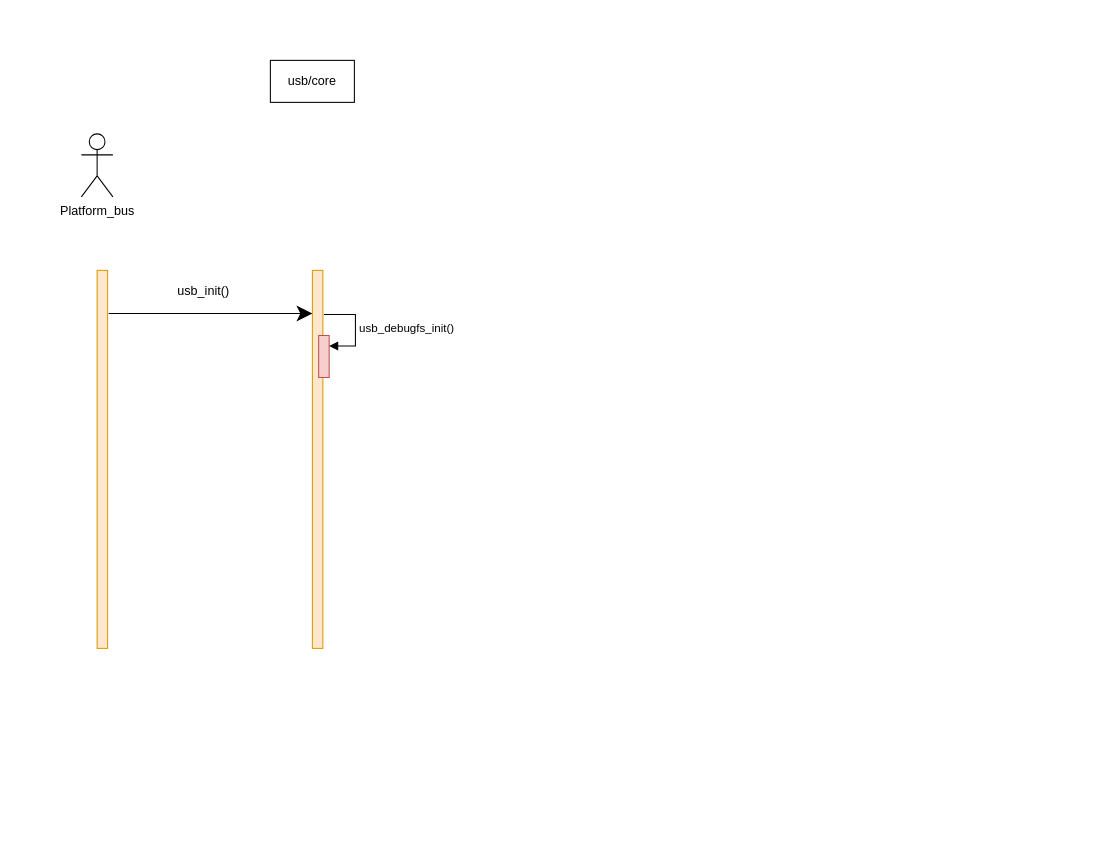
Before: Linux USB 子系统.drawio in Vinson-001/Blog-flow-chart, a draw.io diagram. Source tidied: cells renumbered, new cells numbered last; positions are measured from the earlier drawing's top-left corner, leaving out a move shared by most shapes. Both pictures are drawn from the tidied source at 105%, with x=0, y=0 at pixel (81, 60).
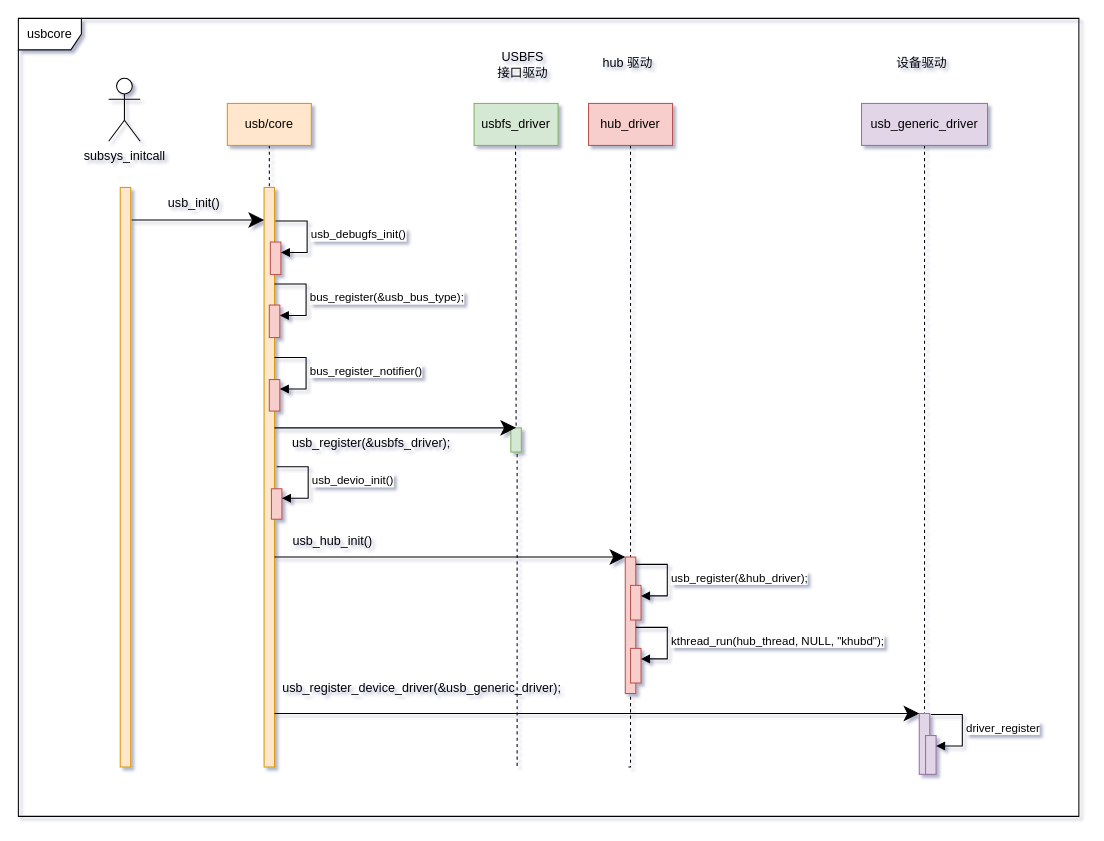
The same diagram, later.

Commit message:
更新Linux USB 子系统.drawio

What changed in the source:
```diff
@@
-<mxGraphModel>
+<mxGraphModel shadow="1">
@@
+    <mxCell id="10" style="group;" parent="1" vertex="1">
+      <mxGeometry x="26" y="17" width="837" height="663" as="geometry" />
+    </mxCell>
+    <mxCell id="11" style="edgeStyle=orthogonalEdgeStyle;rounded=0;jettySize=auto;html=1;exitX=0.5;exitY=1;exitDx=0;exitDy=0;dashed=1;endArrow=none;endFill=0;" parent="10" edge="1" source="2">
+      <mxGeometry relative="1" as="geometry">
+        <mxPoint x="153" y="103" as="targetPoint" />
+      </mxGeometry>
+    </mxCell>
-    <mxCell id="2" value="usb/core" style="rounded=0;whiteSpace=wrap;html=1;" parent="1" vertex="1">
-      <mxGeometry x="180" width="80" height="40" as="geometry" />
+    <mxCell id="2" value="usb/core" style="rounded=0;whiteSpace=wrap;html=1;fillColor=#ffe6cc;strokeColor=#d79b00;" parent="10" vertex="1">
+      <mxGeometry x="113" y="24" width="80" height="40" as="geometry" />
     </mxCell>
-    <mxCell id="3" value="Platform_bus" style="shape=umlActor;verticalLabelPosition=bottom;verticalAlign=top;html=1;" parent="1" vertex="1">
-      <mxGeometry y="70" width="30" height="60" as="geometry" />
+    <mxCell id="3" value="subsys_initcall" style="shape=umlActor;verticalLabelPosition=bottom;verticalAlign=top;html=1;" parent="10" vertex="1">
+      <mxGeometry width="30" height="60" as="geometry" />
     </mxCell>
-    <mxCell id="4" style="html=1;perimeter=orthogonalPerimeter;targetShapes=umlLifeline;newEdgeStyle={&quot;curved&quot;:0,&quot;rounded&quot;:0};fillColor=#ffe6cc;strokeColor=#d79b00;" parent="1" vertex="1">
-      <mxGeometry x="15" y="200" width="10" height="360" as="geometry" />
+    <mxCell id="4" style="html=1;perimeter=orthogonalPerimeter;targetShapes=umlLifeline;newEdgeStyle={&quot;curved&quot;:0,&quot;rounded&quot;:0};fillColor=#ffe6cc;strokeColor=#d79b00;" parent="10" vertex="1">
+      <mxGeometry x="11" y="104" width="10" height="552" as="geometry" />
     </mxCell>
-    <mxCell id="5" style="html=1;points=[[0,0,0,0,5],[0,1,0,0,-5],[1,0,0,0,5],[1,1,0,0,-5]];perimeter=orthogonalPerimeter;outlineConnect=0;targetShapes=umlLifeline;portConstraint=eastwest;newEdgeStyle={&quot;curved&quot;:0,&quot;rounded&quot;:0};fillColor=#ffe6cc;strokeColor=#d79b00;" parent="1" vertex="1">
-      <mxGeometry x="220" y="200" width="10" height="360" as="geometry" />
+    <mxCell id="5" style="html=1;points=[[0,0,0,0,5],[0,1,0,0,-5],[1,0,0,0,5],[1,1,0,0,-5]];perimeter=orthogonalPerimeter;outlineConnect=0;targetShapes=umlLifeline;portConstraint=eastwest;newEdgeStyle={&quot;curved&quot;:0,&quot;rounded&quot;:0};fillColor=#ffe6cc;strokeColor=#d79b00;" parent="10" vertex="1">
+      <mxGeometry x="148" y="104" width="10" height="552" as="geometry" />
     </mxCell>
-    <mxCell id="6" style="endArrow=classic;endFill=1;endSize=12;html=1;rounded=0;" parent="1" edge="1" target="5">
+    <mxCell id="6" style="endArrow=classic;endFill=1;endSize=12;html=1;rounded=0;" parent="10" edge="1" target="5">
       <mxGeometry relative="1" as="geometry">
-        <mxPoint x="26" y="241" as="sourcePoint" />
+        <mxPoint x="22" y="135" as="sourcePoint" />
       </mxGeometry>
     </mxCell>
-    <mxCell id="7" value="usb_init()" style="text;html=1;align=center;verticalAlign=middle;strokeColor=none;fillColor=none;" parent="1" vertex="1">
-      <mxGeometry x="81" y="205" width="70" height="30" as="geometry" />
+    <mxCell id="7" value="usb_init()" style="text;html=1;align=center;verticalAlign=middle;strokeColor=none;fillColor=none;" parent="10" vertex="1">
+      <mxGeometry x="46" y="104" width="70" height="30" as="geometry" />
     </mxCell>
-    <mxCell id="8" style="html=1;points=[[0,0,0,0,5],[0,1,0,0,-5],[1,0,0,0,5],[1,1,0,0,-5]];perimeter=orthogonalPerimeter;outlineConnect=0;targetShapes=umlLifeline;portConstraint=eastwest;newEdgeStyle={&quot;curved&quot;:0,&quot;rounded&quot;:0};fillColor=#f8cecc;strokeColor=#b85450;" parent="1" vertex="1">
-      <mxGeometry x="226" y="262" width="10" height="40" as="geometry" />
+    <mxCell id="8" style="html=1;points=[[0,0,0,0,5],[0,1,0,0,-5],[1,0,0,0,5],[1,1,0,0,-5]];perimeter=orthogonalPerimeter;outlineConnect=0;targetShapes=umlLifeline;portConstraint=eastwest;newEdgeStyle={&quot;curved&quot;:0,&quot;rounded&quot;:0};fillColor=#f8cecc;strokeColor=#b85450;" parent="10" vertex="1">
+      <mxGeometry x="154" y="156" width="10" height="31" as="geometry" />
     </mxCell>
-    <mxCell id="9" value="usb_debugfs_init()" style="html=1;align=left;spacingLeft=2;endArrow=block;rounded=0;edgeStyle=orthogonalEdgeStyle;curved=0;rounded=0;" parent="1" edge="1" target="8">
+    <mxCell id="9" value="usb_debugfs_init()" style="html=1;align=left;spacingLeft=2;endArrow=block;rounded=0;edgeStyle=orthogonalEdgeStyle;curved=0;rounded=0;" parent="10" edge="1" target="8">
       <mxGeometry relative="1" as="geometry">
-        <mxPoint x="231" y="242" as="sourcePoint" />
+        <mxPoint x="159" y="136" as="sourcePoint" />
         <Array as="points">
-          <mxPoint x="261" y="272" />
+          <mxPoint x="189" y="166" />
         </Array>
       </mxGeometry>
     </mxCell>
+    <mxCell id="12" style="html=1;points=[[0,0,0,0,5],[0,1,0,0,-5],[1,0,0,0,5],[1,1,0,0,-5]];perimeter=orthogonalPerimeter;outlineConnect=0;targetShapes=umlLifeline;portConstraint=eastwest;newEdgeStyle={&quot;curved&quot;:0,&quot;rounded&quot;:0};fillColor=#f8cecc;strokeColor=#b85450;" parent="10" vertex="1">
+      <mxGeometry x="153" y="216" width="10" height="31" as="geometry" />
+    </mxCell>
+    <mxCell id="13" value="bus_register(&amp;amp;usb_bus_type);" style="html=1;align=left;spacingLeft=2;endArrow=block;rounded=0;edgeStyle=orthogonalEdgeStyle;curved=0;rounded=0;" parent="10" edge="1" target="12">
+      <mxGeometry relative="1" as="geometry">
+        <mxPoint x="158" y="196" as="sourcePoint" />
+        <Array as="points">
+          <mxPoint x="188" y="226" />
+        </Array>
+      </mxGeometry>
+    </mxCell>
+    <mxCell id="14" style="html=1;perimeter=orthogonalPerimeter;targetShapes=umlLifeline;newEdgeStyle={&quot;curved&quot;:0,&quot;rounded&quot;:0};fillColor=#f8cecc;strokeColor=#b85450;" parent="10" vertex="1">
+      <mxGeometry x="153" y="287" width="10" height="30" as="geometry" />
+    </mxCell>
+    <mxCell id="15" value="bus_register_notifier()" style="html=1;align=left;spacingLeft=2;endArrow=block;rounded=0;edgeStyle=orthogonalEdgeStyle;curved=0;rounded=0;" parent="10" edge="1">
+      <mxGeometry relative="1" as="geometry">
+        <mxPoint x="158" y="266" as="sourcePoint" />
+        <mxPoint x="163" y="296" as="targetPoint" />
+        <Array as="points">
+          <mxPoint x="188" y="296" />
+        </Array>
+      </mxGeometry>
+    </mxCell>
+    <mxCell id="16" style="html=1;perimeter=orthogonalPerimeter;targetShapes=umlLifeline;newEdgeStyle={&quot;curved&quot;:0,&quot;rounded&quot;:0};fillColor=#f8cecc;strokeColor=#b85450;" parent="10" vertex="1">
+      <mxGeometry x="155" y="391" width="10" height="29" as="geometry" />
+    </mxCell>
+    <mxCell id="17" value="usb_devio_init()" style="html=1;align=left;spacingLeft=2;endArrow=block;rounded=0;edgeStyle=orthogonalEdgeStyle;curved=0;rounded=0;" parent="10" edge="1">
+      <mxGeometry relative="1" as="geometry">
+        <mxPoint x="160" y="370" as="sourcePoint" />
+        <mxPoint x="165" y="400" as="targetPoint" />
+        <Array as="points">
+          <mxPoint x="190" y="400" />
+        </Array>
+      </mxGeometry>
+    </mxCell>
+    <mxCell id="18" style="edgeStyle=orthogonalEdgeStyle;rounded=0;jettySize=auto;html=1;exitX=0.5;exitY=1;exitDx=0;exitDy=0;endArrow=none;endFill=0;dashed=1;" parent="10" edge="1" source="19">
+      <mxGeometry relative="1" as="geometry">
+        <mxPoint x="497" y="474" as="targetPoint" />
+      </mxGeometry>
+    </mxCell>
+    <mxCell id="19" value="hub_driver" style="rounded=0;whiteSpace=wrap;html=1;fillColor=#f8cecc;strokeColor=#b85450;" parent="10" vertex="1">
+      <mxGeometry x="457" y="24" width="80" height="40" as="geometry" />
+    </mxCell>
+    <mxCell id="20" style="html=1;points=[[0,0,0,0,5],[0,1,0,0,-5],[1,0,0,0,5],[1,1,0,0,-5]];perimeter=orthogonalPerimeter;outlineConnect=0;targetShapes=umlLifeline;portConstraint=eastwest;newEdgeStyle={&quot;curved&quot;:0,&quot;rounded&quot;:0};fillColor=#f8cecc;strokeColor=#b85450;" parent="10" vertex="1">
+      <mxGeometry x="492" y="456" width="10" height="130" as="geometry" />
+    </mxCell>
+    <mxCell id="21" style="endArrow=classic;endFill=1;endSize=12;html=1;rounded=0;" parent="10" edge="1" target="20">
+      <mxGeometry relative="1" as="geometry">
+        <mxPoint x="158" y="456" as="sourcePoint" />
+      </mxGeometry>
+    </mxCell>
+    <mxCell id="22" style="html=1;points=[[0,0,0,0,5],[0,1,0,0,-5],[1,0,0,0,5],[1,1,0,0,-5]];perimeter=orthogonalPerimeter;outlineConnect=0;targetShapes=umlLifeline;portConstraint=eastwest;newEdgeStyle={&quot;curved&quot;:0,&quot;rounded&quot;:0};fillColor=#f8cecc;strokeColor=#b85450;" parent="10" vertex="1">
+      <mxGeometry x="497" y="483" width="10" height="33" as="geometry" />
+    </mxCell>
+    <mxCell id="23" value="usb_register(&amp;amp;hub_driver);" style="html=1;align=left;spacingLeft=2;endArrow=block;rounded=0;edgeStyle=orthogonalEdgeStyle;curved=0;rounded=0;" parent="10" edge="1" target="22">
+      <mxGeometry relative="1" as="geometry">
+        <mxPoint x="502" y="463" as="sourcePoint" />
+        <Array as="points">
+          <mxPoint x="532" y="493" />
+        </Array>
+      </mxGeometry>
+    </mxCell>
+    <mxCell id="24" style="html=1;points=[[0,0,0,0,5],[0,1,0,0,-5],[1,0,0,0,5],[1,1,0,0,-5]];perimeter=orthogonalPerimeter;outlineConnect=0;targetShapes=umlLifeline;portConstraint=eastwest;newEdgeStyle={&quot;curved&quot;:0,&quot;rounded&quot;:0};fillColor=#f8cecc;strokeColor=#b85450;" parent="10" vertex="1">
+      <mxGeometry x="497" y="543" width="10" height="33" as="geometry" />
+    </mxCell>
+    <mxCell id="25" value="kthread_run(hub_thread, NULL, &quot;khubd&quot;);" style="html=1;align=left;spacingLeft=2;endArrow=block;rounded=0;edgeStyle=orthogonalEdgeStyle;curved=0;rounded=0;" parent="10" edge="1" target="24">
+      <mxGeometry relative="1" as="geometry">
+        <mxPoint x="502" y="523" as="sourcePoint" />
+        <Array as="points">
+          <mxPoint x="532" y="553" />
+        </Array>
+      </mxGeometry>
+    </mxCell>
+    <mxCell id="26" style="edgeStyle=orthogonalEdgeStyle;rounded=0;jettySize=auto;html=1;endArrow=none;endFill=0;dashed=1;" parent="10" edge="1" source="27">
+      <mxGeometry relative="1" as="geometry">
+        <mxPoint x="777" y="644" as="targetPoint" />
+      </mxGeometry>
+    </mxCell>
+    <mxCell id="27" value="usb_generic_driver" style="rounded=0;whiteSpace=wrap;html=1;fillColor=#e1d5e7;strokeColor=#9673a6;" parent="10" vertex="1">
+      <mxGeometry x="717" y="24" width="120" height="40" as="geometry" />
+    </mxCell>
+    <mxCell id="28" style="html=1;points=[[0,0,0,0,5],[0,1,0,0,-5],[1,0,0,0,5],[1,1,0,0,-5]];perimeter=orthogonalPerimeter;outlineConnect=0;targetShapes=umlLifeline;portConstraint=eastwest;newEdgeStyle={&quot;curved&quot;:0,&quot;rounded&quot;:0};fillColor=#e1d5e7;strokeColor=#9673a6;" parent="10" vertex="1">
+      <mxGeometry x="772" y="605" width="10" height="58" as="geometry" />
+    </mxCell>
+    <mxCell id="29" style="endArrow=classic;endFill=1;endSize=12;html=1;rounded=0;" parent="10" edge="1" target="28">
+      <mxGeometry relative="1" as="geometry">
+        <mxPoint x="158" y="605" as="sourcePoint" />
+      </mxGeometry>
+    </mxCell>
+    <mxCell id="30" value="usb_hub_init()" style="text;html=1;align=center;verticalAlign=middle;strokeColor=none;fillColor=none;" parent="10" vertex="1">
+      <mxGeometry x="163" y="426" width="100" height="30" as="geometry" />
+    </mxCell>
+    <mxCell id="31" value="usb_register_device_driver(&amp;amp;usb_generic_driver);" style="text;html=1;align=center;verticalAlign=middle;strokeColor=none;fillColor=none;" parent="10" vertex="1">
+      <mxGeometry x="153" y="566" width="290" height="30" as="geometry" />
+    </mxCell>
+    <mxCell id="32" style="html=1;points=[[0,0,0,0,5],[0,1,0,0,-5],[1,0,0,0,5],[1,1,0,0,-5]];perimeter=orthogonalPerimeter;outlineConnect=0;targetShapes=umlLifeline;portConstraint=eastwest;newEdgeStyle={&quot;curved&quot;:0,&quot;rounded&quot;:0};fillColor=#e1d5e7;strokeColor=#9673a6;" parent="10" vertex="1">
+      <mxGeometry x="778" y="626" width="10" height="37" as="geometry" />
+    </mxCell>
+    <mxCell id="33" value="driver_register" style="html=1;align=left;spacingLeft=2;endArrow=block;rounded=0;edgeStyle=orthogonalEdgeStyle;curved=0;rounded=0;" parent="10" edge="1" target="32">
+      <mxGeometry relative="1" as="geometry">
+        <mxPoint x="783" y="606" as="sourcePoint" />
+        <Array as="points">
+          <mxPoint x="813" y="636" />
+        </Array>
+      </mxGeometry>
+    </mxCell>
+    <mxCell id="34" style="edgeStyle=orthogonalEdgeStyle;rounded=0;orthogonalLoop=1;jettySize=auto;html=1;endArrow=none;endFill=0;dashed=1;" parent="10" edge="1">
+      <mxGeometry relative="1" as="geometry">
+        <mxPoint x="497" y="589" as="sourcePoint" />
+        <mxPoint x="494" y="656" as="targetPoint" />
+        <Array as="points">
+          <mxPoint x="497" y="656" />
+          <mxPoint x="497" y="656" />
+        </Array>
+      </mxGeometry>
+    </mxCell>
+    <mxCell id="35" value="usbfs_driver" style="rounded=0;whiteSpace=wrap;html=1;fillColor=#d5e8d4;strokeColor=#82b366;" parent="10" vertex="1">
+      <mxGeometry x="348" y="24" width="80" height="40" as="geometry" />
+    </mxCell>
+    <mxCell id="36" style="edgeStyle=orthogonalEdgeStyle;rounded=0;orthogonalLoop=1;jettySize=auto;html=1;exitX=0.5;exitY=1;exitDx=0;exitDy=0;endArrow=none;endFill=0;dashed=1;" parent="10" edge="1">
+      <mxGeometry relative="1" as="geometry">
+        <mxPoint x="387.5" y="64" as="sourcePoint" />
+        <mxPoint x="388" y="334" as="targetPoint" />
+      </mxGeometry>
+    </mxCell>
+    <mxCell id="37" style="html=1;perimeter=orthogonalPerimeter;targetShapes=umlLifeline;newEdgeStyle={&quot;curved&quot;:0,&quot;rounded&quot;:0};fillColor=#d5e8d4;strokeColor=#82b366;" parent="10" vertex="1">
+      <mxGeometry x="383" y="333" width="10" height="23" as="geometry" />
+    </mxCell>
+    <mxCell id="38" value="usb_register(&amp;amp;usbfs_driver);" style="text;html=1;align=center;verticalAlign=middle;strokeColor=none;fillColor=none;" parent="10" vertex="1">
+      <mxGeometry x="165" y="333" width="170" height="30" as="geometry" />
+    </mxCell>
+    <mxCell id="39" style="endArrow=classic;endFill=1;endSize=12;html=1;rounded=0;" parent="10" edge="1">
+      <mxGeometry relative="1" as="geometry">
+        <mxPoint x="158" y="333" as="sourcePoint" />
+        <mxPoint x="388" y="333" as="targetPoint" />
+      </mxGeometry>
+    </mxCell>
+    <mxCell id="40" style="edgeStyle=orthogonalEdgeStyle;rounded=0;orthogonalLoop=1;jettySize=auto;html=1;endArrow=none;endFill=0;dashed=1;" parent="10" edge="1">
+      <mxGeometry relative="1" as="geometry">
+        <mxPoint x="389" y="358" as="sourcePoint" />
+        <mxPoint x="389" y="656" as="targetPoint" />
+      </mxGeometry>
+    </mxCell>
+    <mxCell id="41" value="usbcore" style="shape=umlFrame;whiteSpace=wrap;html=1;" parent="1" vertex="1">
+      <mxGeometry x="-60" y="-40" width="1010" height="760" as="geometry" />
+    </mxCell>
+    <mxCell id="42" value="设备驱动" style="text;html=1;align=center;verticalAlign=middle;strokeColor=none;fillColor=none;" parent="1" vertex="1">
+      <mxGeometry x="765" y="-12" width="70" height="30" as="geometry" />
+    </mxCell>
+    <mxCell id="43" value="hub 驱动" style="text;html=1;align=center;verticalAlign=middle;strokeColor=none;fillColor=none;" parent="1" vertex="1">
+      <mxGeometry x="485" y="-12" width="70" height="30" as="geometry" />
+    </mxCell>
+    <mxCell id="44" value="USBFS&lt;br&gt;接口驱动" style="text;html=1;align=center;verticalAlign=middle;strokeColor=none;fillColor=none;" parent="1" vertex="1">
+      <mxGeometry x="387" y="-17" width="66" height="41" as="geometry" />
+    </mxCell>
```
